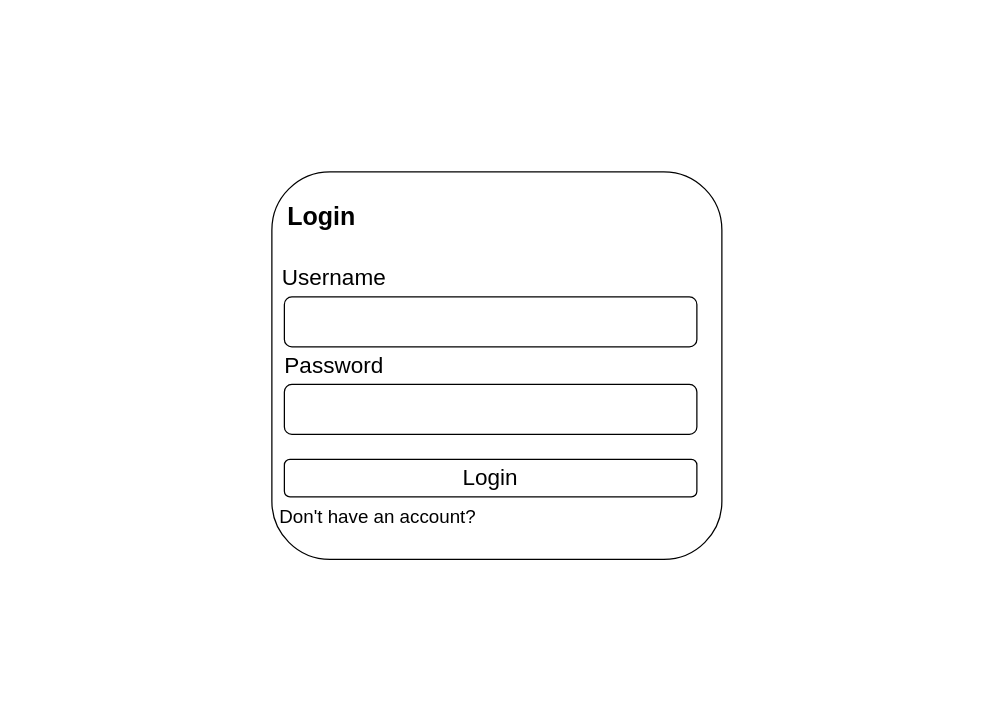
The draw.io diagram LogMuka.drawio in VisualGitCode/VisualGitCode.github.io, before the edit. Source tidied: cells renumbered, new cells numbered last; positions are measured from the earlier drawing's top-left corner, leaving out a move shared by most shapes. Both pictures are drawn from the tidied source at 125%, with x=0, y=0 at pixel (259, 171).
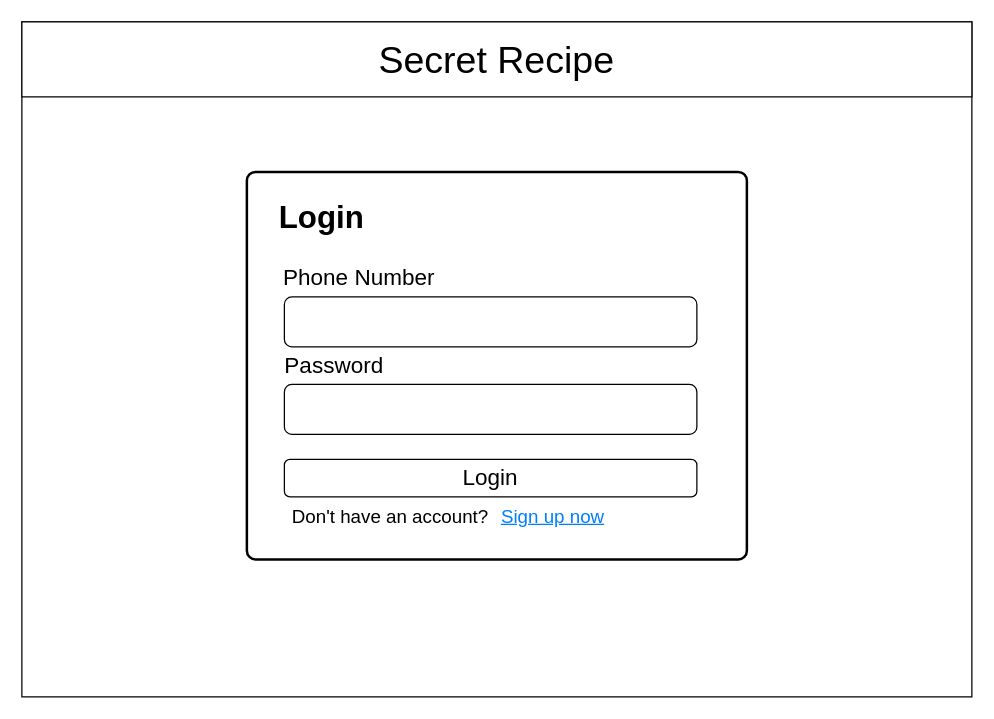
Above is the later version.

Change to the diagram source:
```diff
@@
 <mxGraphModel>
   <root>
     <mxCell id="0" />
     <mxCell id="1" parent="0" />
-    <mxCell id="2" style="rounded=1;whiteSpace=wrap;html=1;glass=0;" parent="1" vertex="1">
-      <mxGeometry x="10" width="360" height="310" as="geometry" />
-    </mxCell>
+    <mxCell id="11" style="rounded=0;whiteSpace=wrap;html=1;" parent="1" vertex="1">
+      <mxGeometry x="-190" y="-120" width="760" height="540" as="geometry" />
+    </mxCell>
+    <mxCell id="12" style="rounded=1;whiteSpace=wrap;html=1;absoluteArcSize=1;arcSize=14;strokeWidth=2;" parent="1" vertex="1">
+      <mxGeometry x="-10" width="400" height="310" as="geometry" />
+    </mxCell>
-    <mxCell id="3" value="Login" style="text;strokeColor=none;align=center;fillColor=none;html=1;verticalAlign=middle;whiteSpace=wrap;rounded=0;fontSize=20;fontStyle=1;" parent="1" vertex="1">
+    <mxCell id="3" value="Login" style="text;strokeColor=none;align=center;fillColor=none;html=1;verticalAlign=middle;whiteSpace=wrap;rounded=0;fontSize=25;fontStyle=1;" parent="1" vertex="1">
       <mxGeometry x="20" y="20" width="60" height="30" as="geometry" />
     </mxCell>
-    <mxCell id="4" value="Username" style="text;strokeColor=none;align=center;fillColor=none;html=1;verticalAlign=middle;whiteSpace=wrap;rounded=0;fontSize=18;" parent="1" vertex="1">
-      <mxGeometry x="30" y="70" width="60" height="30" as="geometry" />
+    <mxCell id="4" value="Phone Number" style="text;strokeColor=none;align=center;fillColor=none;html=1;verticalAlign=middle;whiteSpace=wrap;rounded=0;fontSize=18;" parent="1" vertex="1">
+      <mxGeometry x="-10" y="70" width="180" height="30" as="geometry" />
     </mxCell>
     <mxCell id="5" style="rounded=1;whiteSpace=wrap;html=1;" parent="1" vertex="1">
       <mxGeometry x="20" y="100" width="330" height="40" as="geometry" />
     </mxCell>
     <mxCell id="6" value="Password" style="text;strokeColor=none;align=center;fillColor=none;html=1;verticalAlign=middle;whiteSpace=wrap;rounded=0;fontSize=18;" parent="1" vertex="1">
       <mxGeometry x="30" y="140" width="60" height="30" as="geometry" />
     </mxCell>
     <mxCell id="7" style="rounded=1;whiteSpace=wrap;html=1;" parent="1" vertex="1">
       <mxGeometry x="20" y="170" width="330" height="40" as="geometry" />
     </mxCell>
     <mxCell id="8" style="rounded=1;whiteSpace=wrap;html=1;" parent="1" vertex="1">
       <mxGeometry x="20" y="230" width="330" height="30" as="geometry" />
     </mxCell>
     <mxCell id="9" value="Login" style="text;strokeColor=none;align=center;fillColor=none;html=1;verticalAlign=middle;whiteSpace=wrap;rounded=0;fontSize=18;" parent="1" vertex="1">
       <mxGeometry x="155" y="230" width="60" height="30" as="geometry" />
     </mxCell>
     <mxCell id="10" value="Don't have an account?" style="text;strokeColor=none;align=center;fillColor=none;html=1;verticalAlign=middle;whiteSpace=wrap;rounded=0;fontSize=15;" parent="1" vertex="1">
-      <mxGeometry y="260" width="190" height="30" as="geometry" />
+      <mxGeometry x="10" y="260" width="190" height="30" as="geometry" />
     </mxCell>
+    <mxCell id="13" value="Sign up now" style="text;strokeColor=none;align=center;fillColor=none;html=1;verticalAlign=middle;whiteSpace=wrap;rounded=0;fontSize=15;fontStyle=4;fontColor=#007FFF;" parent="1" vertex="1">
+      <mxGeometry x="140" y="260" width="190" height="30" as="geometry" />
+    </mxCell>
+    <mxCell id="14" style="rounded=0;whiteSpace=wrap;html=1;" parent="1" vertex="1">
+      <mxGeometry x="-190" y="-120" width="760" height="60" as="geometry" />
+    </mxCell>
+    <mxCell id="15" value="Secret Recipe" style="text;strokeColor=none;align=center;fillColor=none;html=1;verticalAlign=middle;whiteSpace=wrap;rounded=0;fontSize=30;" parent="1" vertex="1">
+      <mxGeometry x="35" y="-105" width="310" height="30" as="geometry" />
+    </mxCell>
   </root>
 </mxGraphModel>
```
